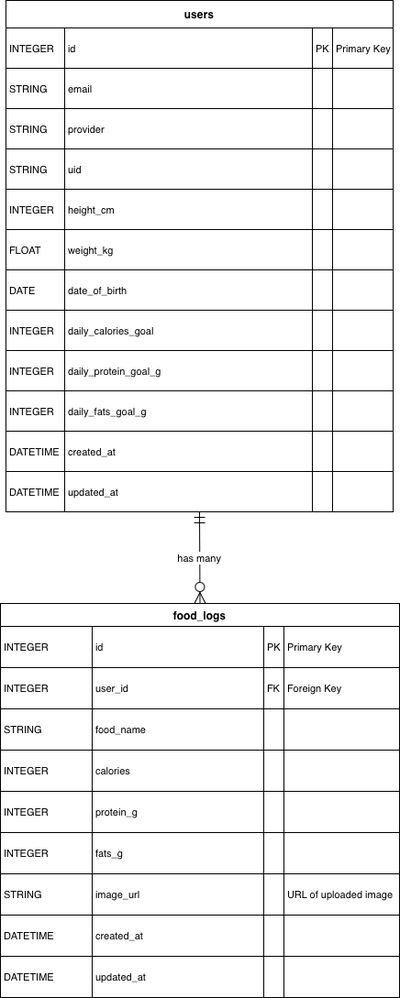
The draw.io diagram Diagrams/DBSchema.drawio.png in tamu-edu-students/CSCE606-Group2-Project2, before a commit. Source tidied: cells renumbered, new cells last; positions are measured from the earlier drawing's top-left corner, leaving out a move shared by most shapes.
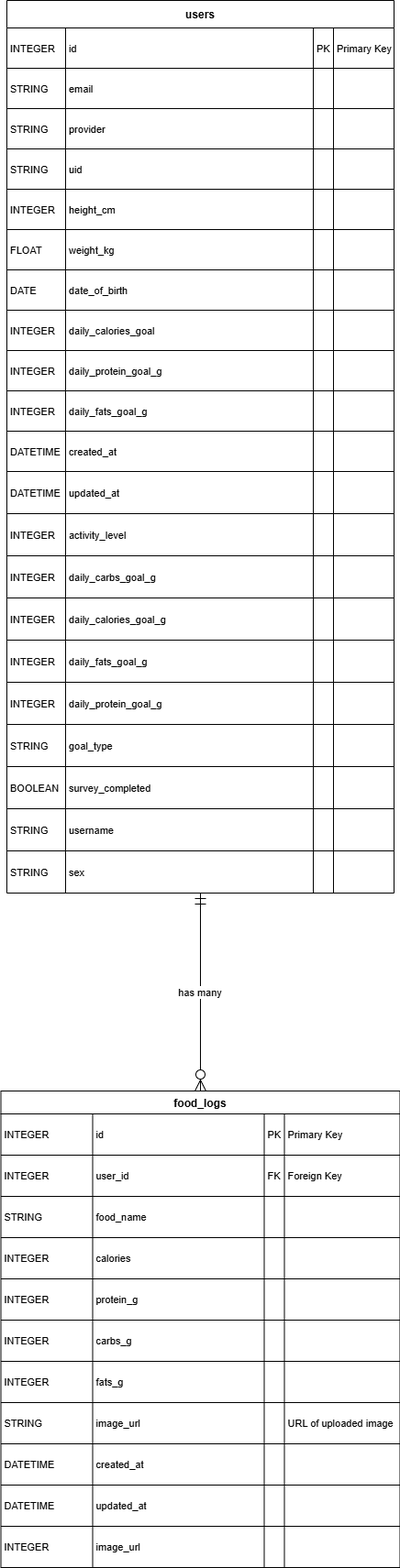
After the commit.

What changed in the source:
```diff
@@ -3,7 +3,7 @@
     <mxCell id="0" />
     <mxCell id="1" parent="0" />
     <mxCell id="2" value="users" style="shape=table;startSize=30;rowLines=1;fontStyle=1;align=center;" parent="1" vertex="1">
-      <mxGeometry x="6" width="422" height="558" as="geometry" />
+      <mxGeometry x="6" width="422" height="974" as="geometry" />
     </mxCell>
     <mxCell id="3" style="shape=tableRow;horizontal=0;startSize=0;swimlaneHead=0;swimlaneBody=0;fillColor=none;top=0;left=0;right=0;bottom=0;" parent="2" vertex="1">
       <mxGeometry y="30" width="422" height="44" as="geometry" />
@@ -171,22 +171,157 @@
       <mxGeometry x="356" width="66" height="44" as="geometry" />
     </mxCell>
     <mxCell id="58" style="shape=tableRow;horizontal=0;startSize=0;swimlaneHead=0;swimlaneBody=0;fillColor=none;top=0;left=0;right=0;bottom=0;" parent="2" vertex="1">
-      <mxGeometry y="514" width="422" height="44" as="geometry" />
+      <mxGeometry y="514" width="422" height="46" as="geometry" />
     </mxCell>
     <mxCell id="59" value="DATETIME" style="shape=partialRectangle;fillColor=none;top=0;left=0;bottom=0;right=0;align=left;spacingLeft=2;overflow=hidden;fontSize=11;" parent="58" vertex="1">
-      <mxGeometry width="64" height="44" as="geometry" />
+      <mxGeometry width="64" height="46" as="geometry" />
     </mxCell>
     <mxCell id="60" value="updated_at" style="shape=partialRectangle;fillColor=none;top=0;left=0;bottom=0;right=0;align=left;spacingLeft=2;overflow=hidden;fontSize=11;" parent="58" vertex="1">
-      <mxGeometry x="64" width="270" height="44" as="geometry" />
+      <mxGeometry x="64" width="270" height="46" as="geometry" />
     </mxCell>
     <mxCell id="61" style="shape=partialRectangle;fillColor=none;top=0;left=0;bottom=0;right=0;align=left;spacingLeft=2;overflow=hidden;fontSize=11;" parent="58" vertex="1">
-      <mxGeometry x="334" width="22" height="44" as="geometry" />
+      <mxGeometry x="334" width="22" height="46" as="geometry" />
     </mxCell>
     <mxCell id="62" style="shape=partialRectangle;fillColor=none;top=0;left=0;bottom=0;right=0;align=left;spacingLeft=2;overflow=hidden;fontSize=11;" parent="58" vertex="1">
-      <mxGeometry x="356" width="66" height="44" as="geometry" />
+      <mxGeometry x="356" width="66" height="46" as="geometry" />
     </mxCell>
+    <mxCell id="110" style="shape=tableRow;horizontal=0;startSize=0;swimlaneHead=0;swimlaneBody=0;fillColor=none;top=0;left=0;right=0;bottom=0;" parent="2" vertex="1">
+      <mxGeometry y="560" width="422" height="46" as="geometry" />
+    </mxCell>
+    <mxCell id="111" value="INTEGER" style="shape=partialRectangle;fillColor=none;top=0;left=0;bottom=0;right=0;align=left;spacingLeft=2;overflow=hidden;fontSize=11;" parent="110" vertex="1">
+      <mxGeometry width="64" height="46" as="geometry" />
+    </mxCell>
+    <mxCell id="112" value="activity_level" style="shape=partialRectangle;fillColor=none;top=0;left=0;bottom=0;right=0;align=left;spacingLeft=2;overflow=hidden;fontSize=11;" parent="110" vertex="1">
+      <mxGeometry x="64" width="270" height="46" as="geometry" />
+    </mxCell>
+    <mxCell id="113" style="shape=partialRectangle;fillColor=none;top=0;left=0;bottom=0;right=0;align=left;spacingLeft=2;overflow=hidden;fontSize=11;" parent="110" vertex="1">
+      <mxGeometry x="334" width="22" height="46" as="geometry" />
+    </mxCell>
+    <mxCell id="114" style="shape=partialRectangle;fillColor=none;top=0;left=0;bottom=0;right=0;align=left;spacingLeft=2;overflow=hidden;fontSize=11;" parent="110" vertex="1">
+      <mxGeometry x="356" width="66" height="46" as="geometry" />
+    </mxCell>
+    <mxCell id="115" style="shape=tableRow;horizontal=0;startSize=0;swimlaneHead=0;swimlaneBody=0;fillColor=none;top=0;left=0;right=0;bottom=0;" parent="2" vertex="1">
+      <mxGeometry y="606" width="422" height="46" as="geometry" />
+    </mxCell>
+    <mxCell id="116" value="INTEGER" style="shape=partialRectangle;fillColor=none;top=0;left=0;bottom=0;right=0;align=left;spacingLeft=2;overflow=hidden;fontSize=11;" parent="115" vertex="1">
+      <mxGeometry width="64" height="46" as="geometry" />
+    </mxCell>
+    <mxCell id="117" value="daily_carbs_goal_g" style="shape=partialRectangle;fillColor=none;top=0;left=0;bottom=0;right=0;align=left;spacingLeft=2;overflow=hidden;fontSize=11;" parent="115" vertex="1">
+      <mxGeometry x="64" width="270" height="46" as="geometry" />
+    </mxCell>
+    <mxCell id="118" style="shape=partialRectangle;fillColor=none;top=0;left=0;bottom=0;right=0;align=left;spacingLeft=2;overflow=hidden;fontSize=11;" parent="115" vertex="1">
+      <mxGeometry x="334" width="22" height="46" as="geometry" />
+    </mxCell>
+    <mxCell id="119" style="shape=partialRectangle;fillColor=none;top=0;left=0;bottom=0;right=0;align=left;spacingLeft=2;overflow=hidden;fontSize=11;" parent="115" vertex="1">
+      <mxGeometry x="356" width="66" height="46" as="geometry" />
+    </mxCell>
+    <mxCell id="120" style="shape=tableRow;horizontal=0;startSize=0;swimlaneHead=0;swimlaneBody=0;fillColor=none;top=0;left=0;right=0;bottom=0;" parent="2" vertex="1">
+      <mxGeometry y="652" width="422" height="46" as="geometry" />
+    </mxCell>
+    <mxCell id="121" value="INTEGER" style="shape=partialRectangle;fillColor=none;top=0;left=0;bottom=0;right=0;align=left;spacingLeft=2;overflow=hidden;fontSize=11;" parent="120" vertex="1">
+      <mxGeometry width="64" height="46" as="geometry" />
+    </mxCell>
+    <mxCell id="122" value="daily_calories_goal_g" style="shape=partialRectangle;fillColor=none;top=0;left=0;bottom=0;right=0;align=left;spacingLeft=2;overflow=hidden;fontSize=11;" parent="120" vertex="1">
+      <mxGeometry x="64" width="270" height="46" as="geometry" />
+    </mxCell>
+    <mxCell id="123" style="shape=partialRectangle;fillColor=none;top=0;left=0;bottom=0;right=0;align=left;spacingLeft=2;overflow=hidden;fontSize=11;" parent="120" vertex="1">
+      <mxGeometry x="334" width="22" height="46" as="geometry" />
+    </mxCell>
+    <mxCell id="124" style="shape=partialRectangle;fillColor=none;top=0;left=0;bottom=0;right=0;align=left;spacingLeft=2;overflow=hidden;fontSize=11;" parent="120" vertex="1">
+      <mxGeometry x="356" width="66" height="46" as="geometry" />
+    </mxCell>
+    <mxCell id="125" style="shape=tableRow;horizontal=0;startSize=0;swimlaneHead=0;swimlaneBody=0;fillColor=none;top=0;left=0;right=0;bottom=0;" parent="2" vertex="1">
+      <mxGeometry y="698" width="422" height="46" as="geometry" />
+    </mxCell>
+    <mxCell id="126" value="INTEGER" style="shape=partialRectangle;fillColor=none;top=0;left=0;bottom=0;right=0;align=left;spacingLeft=2;overflow=hidden;fontSize=11;" parent="125" vertex="1">
+      <mxGeometry width="64" height="46" as="geometry" />
+    </mxCell>
+    <mxCell id="127" value="daily_fats_goal_g" style="shape=partialRectangle;fillColor=none;top=0;left=0;bottom=0;right=0;align=left;spacingLeft=2;overflow=hidden;fontSize=11;" parent="125" vertex="1">
+      <mxGeometry x="64" width="270" height="46" as="geometry" />
+    </mxCell>
+    <mxCell id="128" style="shape=partialRectangle;fillColor=none;top=0;left=0;bottom=0;right=0;align=left;spacingLeft=2;overflow=hidden;fontSize=11;" parent="125" vertex="1">
+      <mxGeometry x="334" width="22" height="46" as="geometry" />
+    </mxCell>
+    <mxCell id="129" style="shape=partialRectangle;fillColor=none;top=0;left=0;bottom=0;right=0;align=left;spacingLeft=2;overflow=hidden;fontSize=11;" parent="125" vertex="1">
+      <mxGeometry x="356" width="66" height="46" as="geometry" />
+    </mxCell>
+    <mxCell id="130" style="shape=tableRow;horizontal=0;startSize=0;swimlaneHead=0;swimlaneBody=0;fillColor=none;top=0;left=0;right=0;bottom=0;" parent="2" vertex="1">
+      <mxGeometry y="744" width="422" height="46" as="geometry" />
+    </mxCell>
+    <mxCell id="131" value="INTEGER" style="shape=partialRectangle;fillColor=none;top=0;left=0;bottom=0;right=0;align=left;spacingLeft=2;overflow=hidden;fontSize=11;" parent="130" vertex="1">
+      <mxGeometry width="64" height="46" as="geometry" />
+    </mxCell>
+    <mxCell id="132" value="daily_protein_goal_g" style="shape=partialRectangle;fillColor=none;top=0;left=0;bottom=0;right=0;align=left;spacingLeft=2;overflow=hidden;fontSize=11;" parent="130" vertex="1">
+      <mxGeometry x="64" width="270" height="46" as="geometry" />
+    </mxCell>
+    <mxCell id="133" style="shape=partialRectangle;fillColor=none;top=0;left=0;bottom=0;right=0;align=left;spacingLeft=2;overflow=hidden;fontSize=11;" parent="130" vertex="1">
+      <mxGeometry x="334" width="22" height="46" as="geometry" />
+    </mxCell>
+    <mxCell id="134" style="shape=partialRectangle;fillColor=none;top=0;left=0;bottom=0;right=0;align=left;spacingLeft=2;overflow=hidden;fontSize=11;" parent="130" vertex="1">
+      <mxGeometry x="356" width="66" height="46" as="geometry" />
+    </mxCell>
+    <mxCell id="135" style="shape=tableRow;horizontal=0;startSize=0;swimlaneHead=0;swimlaneBody=0;fillColor=none;top=0;left=0;right=0;bottom=0;" parent="2" vertex="1">
+      <mxGeometry y="790" width="422" height="46" as="geometry" />
+    </mxCell>
+    <mxCell id="136" value="STRING" style="shape=partialRectangle;fillColor=none;top=0;left=0;bottom=0;right=0;align=left;spacingLeft=2;overflow=hidden;fontSize=11;" parent="135" vertex="1">
+      <mxGeometry width="64" height="46" as="geometry" />
+    </mxCell>
+    <mxCell id="137" value="goal_type" style="shape=partialRectangle;fillColor=none;top=0;left=0;bottom=0;right=0;align=left;spacingLeft=2;overflow=hidden;fontSize=11;" parent="135" vertex="1">
+      <mxGeometry x="64" width="270" height="46" as="geometry" />
+    </mxCell>
+    <mxCell id="138" style="shape=partialRectangle;fillColor=none;top=0;left=0;bottom=0;right=0;align=left;spacingLeft=2;overflow=hidden;fontSize=11;" parent="135" vertex="1">
+      <mxGeometry x="334" width="22" height="46" as="geometry" />
+    </mxCell>
+    <mxCell id="139" style="shape=partialRectangle;fillColor=none;top=0;left=0;bottom=0;right=0;align=left;spacingLeft=2;overflow=hidden;fontSize=11;" parent="135" vertex="1">
+      <mxGeometry x="356" width="66" height="46" as="geometry" />
+    </mxCell>
+    <mxCell id="140" style="shape=tableRow;horizontal=0;startSize=0;swimlaneHead=0;swimlaneBody=0;fillColor=none;top=0;left=0;right=0;bottom=0;" parent="2" vertex="1">
+      <mxGeometry y="836" width="422" height="46" as="geometry" />
+    </mxCell>
+    <mxCell id="141" value="BOOLEAN" style="shape=partialRectangle;fillColor=none;top=0;left=0;bottom=0;right=0;align=left;spacingLeft=2;overflow=hidden;fontSize=11;" parent="140" vertex="1">
+      <mxGeometry width="64" height="46" as="geometry" />
+    </mxCell>
+    <mxCell id="142" value="survey_completed" style="shape=partialRectangle;fillColor=none;top=0;left=0;bottom=0;right=0;align=left;spacingLeft=2;overflow=hidden;fontSize=11;" parent="140" vertex="1">
+      <mxGeometry x="64" width="270" height="46" as="geometry" />
+    </mxCell>
+    <mxCell id="143" style="shape=partialRectangle;fillColor=none;top=0;left=0;bottom=0;right=0;align=left;spacingLeft=2;overflow=hidden;fontSize=11;" parent="140" vertex="1">
+      <mxGeometry x="334" width="22" height="46" as="geometry" />
+    </mxCell>
+    <mxCell id="144" style="shape=partialRectangle;fillColor=none;top=0;left=0;bottom=0;right=0;align=left;spacingLeft=2;overflow=hidden;fontSize=11;" parent="140" vertex="1">
+      <mxGeometry x="356" width="66" height="46" as="geometry" />
+    </mxCell>
+    <mxCell id="145" style="shape=tableRow;horizontal=0;startSize=0;swimlaneHead=0;swimlaneBody=0;fillColor=none;top=0;left=0;right=0;bottom=0;" parent="2" vertex="1">
+      <mxGeometry y="882" width="422" height="46" as="geometry" />
+    </mxCell>
+    <mxCell id="146" value="STRING" style="shape=partialRectangle;fillColor=none;top=0;left=0;bottom=0;right=0;align=left;spacingLeft=2;overflow=hidden;fontSize=11;" parent="145" vertex="1">
+      <mxGeometry width="64" height="46" as="geometry" />
+    </mxCell>
+    <mxCell id="147" value="username" style="shape=partialRectangle;fillColor=none;top=0;left=0;bottom=0;right=0;align=left;spacingLeft=2;overflow=hidden;fontSize=11;" parent="145" vertex="1">
+      <mxGeometry x="64" width="270" height="46" as="geometry" />
+    </mxCell>
+    <mxCell id="148" style="shape=partialRectangle;fillColor=none;top=0;left=0;bottom=0;right=0;align=left;spacingLeft=2;overflow=hidden;fontSize=11;" parent="145" vertex="1">
+      <mxGeometry x="334" width="22" height="46" as="geometry" />
+    </mxCell>
+    <mxCell id="149" style="shape=partialRectangle;fillColor=none;top=0;left=0;bottom=0;right=0;align=left;spacingLeft=2;overflow=hidden;fontSize=11;" parent="145" vertex="1">
+      <mxGeometry x="356" width="66" height="46" as="geometry" />
+    </mxCell>
+    <mxCell id="150" style="shape=tableRow;horizontal=0;startSize=0;swimlaneHead=0;swimlaneBody=0;fillColor=none;top=0;left=0;right=0;bottom=0;" parent="2" vertex="1">
+      <mxGeometry y="928" width="422" height="46" as="geometry" />
+    </mxCell>
+    <mxCell id="151" value="STRING" style="shape=partialRectangle;fillColor=none;top=0;left=0;bottom=0;right=0;align=left;spacingLeft=2;overflow=hidden;fontSize=11;" parent="150" vertex="1">
+      <mxGeometry width="64" height="46" as="geometry" />
+    </mxCell>
+    <mxCell id="152" value="sex" style="shape=partialRectangle;fillColor=none;top=0;left=0;bottom=0;right=0;align=left;spacingLeft=2;overflow=hidden;fontSize=11;" parent="150" vertex="1">
+      <mxGeometry x="64" width="270" height="46" as="geometry" />
+    </mxCell>
+    <mxCell id="153" style="shape=partialRectangle;fillColor=none;top=0;left=0;bottom=0;right=0;align=left;spacingLeft=2;overflow=hidden;fontSize=11;" parent="150" vertex="1">
+      <mxGeometry x="334" width="22" height="46" as="geometry" />
+    </mxCell>
+    <mxCell id="154" style="shape=partialRectangle;fillColor=none;top=0;left=0;bottom=0;right=0;align=left;spacingLeft=2;overflow=hidden;fontSize=11;" parent="150" vertex="1">
+      <mxGeometry x="356" width="66" height="46" as="geometry" />
+    </mxCell>
     <mxCell id="63" value="food_logs" style="shape=table;startSize=25;rowLines=1;fontStyle=1;align=center;" parent="1" vertex="1">
-      <mxGeometry y="658" width="435" height="430" as="geometry" />
+      <mxGeometry x="-0.5" y="1190" width="435" height="520" as="geometry" />
     </mxCell>
     <mxCell id="64" style="shape=tableRow;horizontal=0;startSize=0;swimlaneHead=0;swimlaneBody=0;fillColor=none;top=0;left=0;right=0;bottom=0;" parent="63" vertex="1">
       <mxGeometry y="25" width="435" height="45" as="geometry" />
@@ -263,8 +398,23 @@
     <mxCell id="88" style="shape=partialRectangle;fillColor=none;top=0;left=0;bottom=0;right=0;align=left;spacingLeft=2;overflow=hidden;fontSize=11;" parent="84" vertex="1">
       <mxGeometry x="309" width="126" height="45" as="geometry" />
     </mxCell>
+    <mxCell id="155" style="shape=tableRow;horizontal=0;startSize=0;swimlaneHead=0;swimlaneBody=0;fillColor=none;top=0;left=0;right=0;bottom=0;" parent="63" vertex="1">
+      <mxGeometry y="250" width="435" height="45" as="geometry" />
+    </mxCell>
+    <mxCell id="156" value="INTEGER" style="shape=partialRectangle;fillColor=none;top=0;left=0;bottom=0;right=0;align=left;spacingLeft=2;overflow=hidden;fontSize=11;" parent="155" vertex="1">
+      <mxGeometry width="100" height="45" as="geometry" />
+    </mxCell>
+    <mxCell id="157" value="carbs_g" style="shape=partialRectangle;fillColor=none;top=0;left=0;bottom=0;right=0;align=left;spacingLeft=2;overflow=hidden;fontSize=11;" parent="155" vertex="1">
+      <mxGeometry x="100" width="187" height="45" as="geometry" />
+    </mxCell>
+    <mxCell id="158" style="shape=partialRectangle;fillColor=none;top=0;left=0;bottom=0;right=0;align=left;spacingLeft=2;overflow=hidden;fontSize=11;" parent="155" vertex="1">
+      <mxGeometry x="287" width="22" height="45" as="geometry" />
+    </mxCell>
+    <mxCell id="159" style="shape=partialRectangle;fillColor=none;top=0;left=0;bottom=0;right=0;align=left;spacingLeft=2;overflow=hidden;fontSize=11;" parent="155" vertex="1">
+      <mxGeometry x="309" width="126" height="45" as="geometry" />
+    </mxCell>
     <mxCell id="89" style="shape=tableRow;horizontal=0;startSize=0;swimlaneHead=0;swimlaneBody=0;fillColor=none;top=0;left=0;right=0;bottom=0;" parent="63" vertex="1">
-      <mxGeometry y="250" width="435" height="45" as="geometry" />
+      <mxGeometry y="295" width="435" height="45" as="geometry" />
     </mxCell>
     <mxCell id="90" value="INTEGER" style="shape=partialRectangle;fillColor=none;top=0;left=0;bottom=0;right=0;align=left;spacingLeft=2;overflow=hidden;fontSize=11;" parent="89" vertex="1">
       <mxGeometry width="100" height="45" as="geometry" />
@@ -279,7 +429,7 @@
       <mxGeometry x="309" width="126" height="45" as="geometry" />
     </mxCell>
     <mxCell id="94" style="shape=tableRow;horizontal=0;startSize=0;swimlaneHead=0;swimlaneBody=0;fillColor=none;top=0;left=0;right=0;bottom=0;" parent="63" vertex="1">
-      <mxGeometry y="295" width="435" height="45" as="geometry" />
+      <mxGeometry y="340" width="435" height="45" as="geometry" />
     </mxCell>
     <mxCell id="95" value="STRING" style="shape=partialRectangle;fillColor=none;top=0;left=0;bottom=0;right=0;align=left;spacingLeft=2;overflow=hidden;fontSize=11;" parent="94" vertex="1">
       <mxGeometry width="100" height="45" as="geometry" />
@@ -294,7 +444,7 @@
       <mxGeometry x="309" width="126" height="45" as="geometry" />
     </mxCell>
     <mxCell id="99" style="shape=tableRow;horizontal=0;startSize=0;swimlaneHead=0;swimlaneBody=0;fillColor=none;top=0;left=0;right=0;bottom=0;" parent="63" vertex="1">
-      <mxGeometry y="340" width="435" height="45" as="geometry" />
+      <mxGeometry y="385" width="435" height="45" as="geometry" />
     </mxCell>
     <mxCell id="100" value="DATETIME" style="shape=partialRectangle;fillColor=none;top=0;left=0;bottom=0;right=0;align=left;spacingLeft=2;overflow=hidden;fontSize=11;" parent="99" vertex="1">
       <mxGeometry width="100" height="45" as="geometry" />
@@ -309,7 +459,7 @@
       <mxGeometry x="309" width="126" height="45" as="geometry" />
     </mxCell>
     <mxCell id="104" style="shape=tableRow;horizontal=0;startSize=0;swimlaneHead=0;swimlaneBody=0;fillColor=none;top=0;left=0;right=0;bottom=0;" parent="63" vertex="1">
-      <mxGeometry y="385" width="435" height="45" as="geometry" />
+      <mxGeometry y="430" width="435" height="45" as="geometry" />
     </mxCell>
     <mxCell id="105" value="DATETIME" style="shape=partialRectangle;fillColor=none;top=0;left=0;bottom=0;right=0;align=left;spacingLeft=2;overflow=hidden;fontSize=11;" parent="104" vertex="1">
       <mxGeometry width="100" height="45" as="geometry" />
@@ -323,6 +473,21 @@
     <mxCell id="108" style="shape=partialRectangle;fillColor=none;top=0;left=0;bottom=0;right=0;align=left;spacingLeft=2;overflow=hidden;fontSize=11;" parent="104" vertex="1">
       <mxGeometry x="309" width="126" height="45" as="geometry" />
     </mxCell>
+    <mxCell id="160" style="shape=tableRow;horizontal=0;startSize=0;swimlaneHead=0;swimlaneBody=0;fillColor=none;top=0;left=0;right=0;bottom=0;" parent="63" vertex="1">
+      <mxGeometry y="475" width="435" height="45" as="geometry" />
+    </mxCell>
+    <mxCell id="161" value="INTEGER" style="shape=partialRectangle;fillColor=none;top=0;left=0;bottom=0;right=0;align=left;spacingLeft=2;overflow=hidden;fontSize=11;" parent="160" vertex="1">
+      <mxGeometry width="100" height="45" as="geometry" />
+    </mxCell>
+    <mxCell id="162" value="image_url" style="shape=partialRectangle;fillColor=none;top=0;left=0;bottom=0;right=0;align=left;spacingLeft=2;overflow=hidden;fontSize=11;" parent="160" vertex="1">
+      <mxGeometry x="100" width="187" height="45" as="geometry" />
+    </mxCell>
+    <mxCell id="163" style="shape=partialRectangle;fillColor=none;top=0;left=0;bottom=0;right=0;align=left;spacingLeft=2;overflow=hidden;fontSize=11;" parent="160" vertex="1">
+      <mxGeometry x="287" width="22" height="45" as="geometry" />
+    </mxCell>
+    <mxCell id="164" style="shape=partialRectangle;fillColor=none;top=0;left=0;bottom=0;right=0;align=left;spacingLeft=2;overflow=hidden;fontSize=11;" parent="160" vertex="1">
+      <mxGeometry x="309" width="126" height="45" as="geometry" />
+    </mxCell>
     <mxCell id="109" value="has many" style="curved=1;startArrow=ERmandOne;startSize=10;endArrow=ERzeroToMany;endSize=10;exitX=0.5;exitY=1;entryX=0.5;entryY=0;rounded=0;" parent="1" edge="1" source="2" target="63">
       <mxGeometry relative="1" as="geometry" />
     </mxCell>
```
